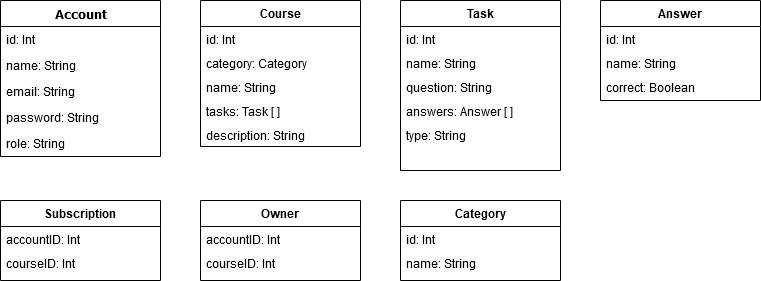
This is Wireframes/Objekte.png from dsudau/Lernplattform, a draw.io export, as it was before one commit. Source tidied: cells renumbered, new cells last; positions are measured from the earlier drawing's top-left corner, leaving out a move shared by most shapes.
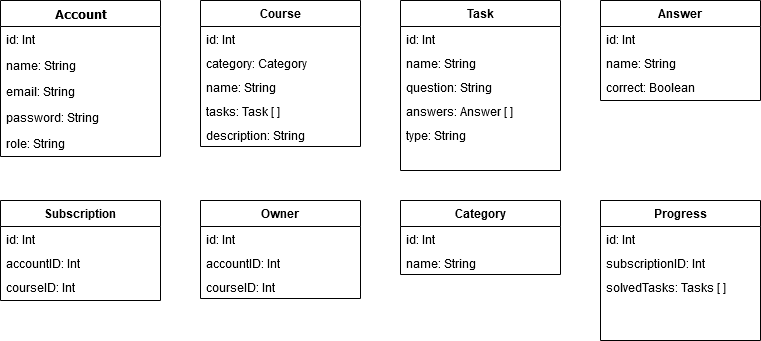
After the change.

What changed in the source:
```diff
@@ -57,25 +57,31 @@
       <mxGeometry y="122" width="160" height="24" as="geometry" />
     </mxCell>
     <mxCell id="20" value="Subscription" style="swimlane;fontStyle=1;align=center;verticalAlign=top;horizontal=1;startSize=26;labelBackgroundColor=none;fillColor=none;" parent="1" vertex="1">
-      <mxGeometry y="200" width="160" height="80" as="geometry" />
+      <mxGeometry y="200" width="160" height="100" as="geometry" />
     </mxCell>
-    <mxCell id="21" value="accountID: Int" style="text;strokeColor=none;align=left;verticalAlign=top;spacingLeft=4;spacingRight=4;overflow=hidden;labelBackgroundColor=none;" parent="20" vertex="1">
+    <mxCell id="21" value="id: Int" style="text;strokeColor=none;align=left;verticalAlign=top;spacingLeft=4;spacingRight=4;overflow=hidden;labelBackgroundColor=none;" parent="20" vertex="1">
       <mxGeometry y="26" width="160" height="24" as="geometry" />
     </mxCell>
+    <mxCell id="33" value="accountID: Int" style="text;strokeColor=none;align=left;verticalAlign=top;spacingLeft=4;spacingRight=4;overflow=hidden;labelBackgroundColor=none;" parent="20" vertex="1">
+      <mxGeometry y="50" width="160" height="24" as="geometry" />
+    </mxCell>
     <mxCell id="22" value="courseID: Int" style="text;strokeColor=none;align=left;verticalAlign=top;spacingLeft=4;spacingRight=4;overflow=hidden;labelBackgroundColor=none;" parent="20" vertex="1">
-      <mxGeometry y="50" width="160" height="24" as="geometry" />
+      <mxGeometry y="74" width="160" height="24" as="geometry" />
     </mxCell>
     <mxCell id="23" value="Owner" style="swimlane;fontStyle=1;align=center;verticalAlign=top;horizontal=1;startSize=26;labelBackgroundColor=none;fillColor=none;" parent="1" vertex="1">
-      <mxGeometry x="200" y="200" width="160" height="80" as="geometry" />
+      <mxGeometry x="200" y="200" width="160" height="98" as="geometry" />
     </mxCell>
-    <mxCell id="24" value="accountID: Int" style="text;strokeColor=none;align=left;verticalAlign=top;spacingLeft=4;spacingRight=4;overflow=hidden;labelBackgroundColor=none;" parent="23" vertex="1">
+    <mxCell id="24" value="id: Int" style="text;strokeColor=none;align=left;verticalAlign=top;spacingLeft=4;spacingRight=4;overflow=hidden;labelBackgroundColor=none;" parent="23" vertex="1">
       <mxGeometry y="26" width="160" height="24" as="geometry" />
     </mxCell>
+    <mxCell id="34" value="accountID: Int" style="text;strokeColor=none;align=left;verticalAlign=top;spacingLeft=4;spacingRight=4;overflow=hidden;labelBackgroundColor=none;" parent="23" vertex="1">
+      <mxGeometry y="50" width="160" height="24" as="geometry" />
+    </mxCell>
     <mxCell id="25" value="courseID: Int" style="text;strokeColor=none;align=left;verticalAlign=top;spacingLeft=4;spacingRight=4;overflow=hidden;labelBackgroundColor=none;" parent="23" vertex="1">
-      <mxGeometry y="50" width="160" height="24" as="geometry" />
+      <mxGeometry y="74" width="160" height="24" as="geometry" />
     </mxCell>
     <mxCell id="26" value="Category" style="swimlane;fontStyle=1;align=center;verticalAlign=top;horizontal=1;startSize=26;labelBackgroundColor=none;fillColor=none;" parent="1" vertex="1">
-      <mxGeometry x="400" y="200" width="160" height="80" as="geometry" />
+      <mxGeometry x="400" y="200" width="160" height="74" as="geometry" />
     </mxCell>
     <mxCell id="27" value="id: Int" style="text;strokeColor=none;align=left;verticalAlign=top;spacingLeft=4;spacingRight=4;overflow=hidden;labelBackgroundColor=none;" parent="26" vertex="1">
       <mxGeometry y="26" width="160" height="24" as="geometry" />
@@ -95,5 +101,17 @@
     <mxCell id="32" value="correct: Boolean" style="text;strokeColor=none;align=left;verticalAlign=top;spacingLeft=4;spacingRight=4;overflow=hidden;labelBackgroundColor=none;" parent="29" vertex="1">
       <mxGeometry y="74" width="160" height="24" as="geometry" />
     </mxCell>
+    <mxCell id="35" value="Progress" style="swimlane;fontStyle=1;align=center;verticalAlign=top;horizontal=1;startSize=26;labelBackgroundColor=none;fillColor=none;" parent="1" vertex="1">
+      <mxGeometry x="600" y="200" width="160" height="140" as="geometry" />
+    </mxCell>
+    <mxCell id="36" value="id: Int" style="text;strokeColor=none;align=left;verticalAlign=top;spacingLeft=4;spacingRight=4;overflow=hidden;labelBackgroundColor=none;" parent="35" vertex="1">
+      <mxGeometry y="26" width="160" height="24" as="geometry" />
+    </mxCell>
+    <mxCell id="37" value="subscriptionID: Int" style="text;strokeColor=none;align=left;verticalAlign=top;spacingLeft=4;spacingRight=4;overflow=hidden;labelBackgroundColor=none;" parent="35" vertex="1">
+      <mxGeometry y="50" width="160" height="24" as="geometry" />
+    </mxCell>
+    <mxCell id="38" value="solvedTasks: Tasks [ ]" style="text;strokeColor=none;align=left;verticalAlign=top;spacingLeft=4;spacingRight=4;overflow=hidden;labelBackgroundColor=none;" parent="35" vertex="1">
+      <mxGeometry y="74" width="160" height="24" as="geometry" />
+    </mxCell>
   </root>
 </mxGraphModel>
```
